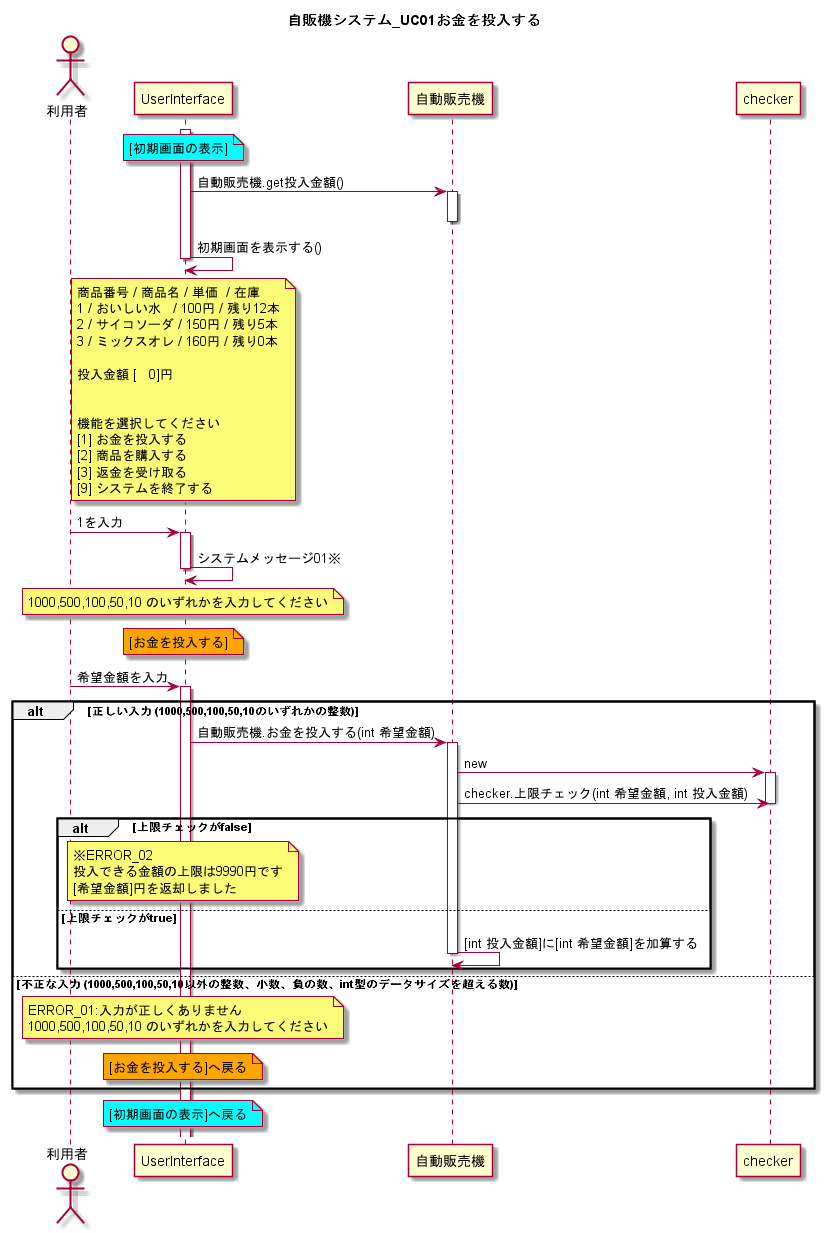
Before: UML_class_sequence/自販機システム_UC01お金を投入する.png, a diagram exported from PlantUML (W-Nakayama-24/VendingMachine_CUI).
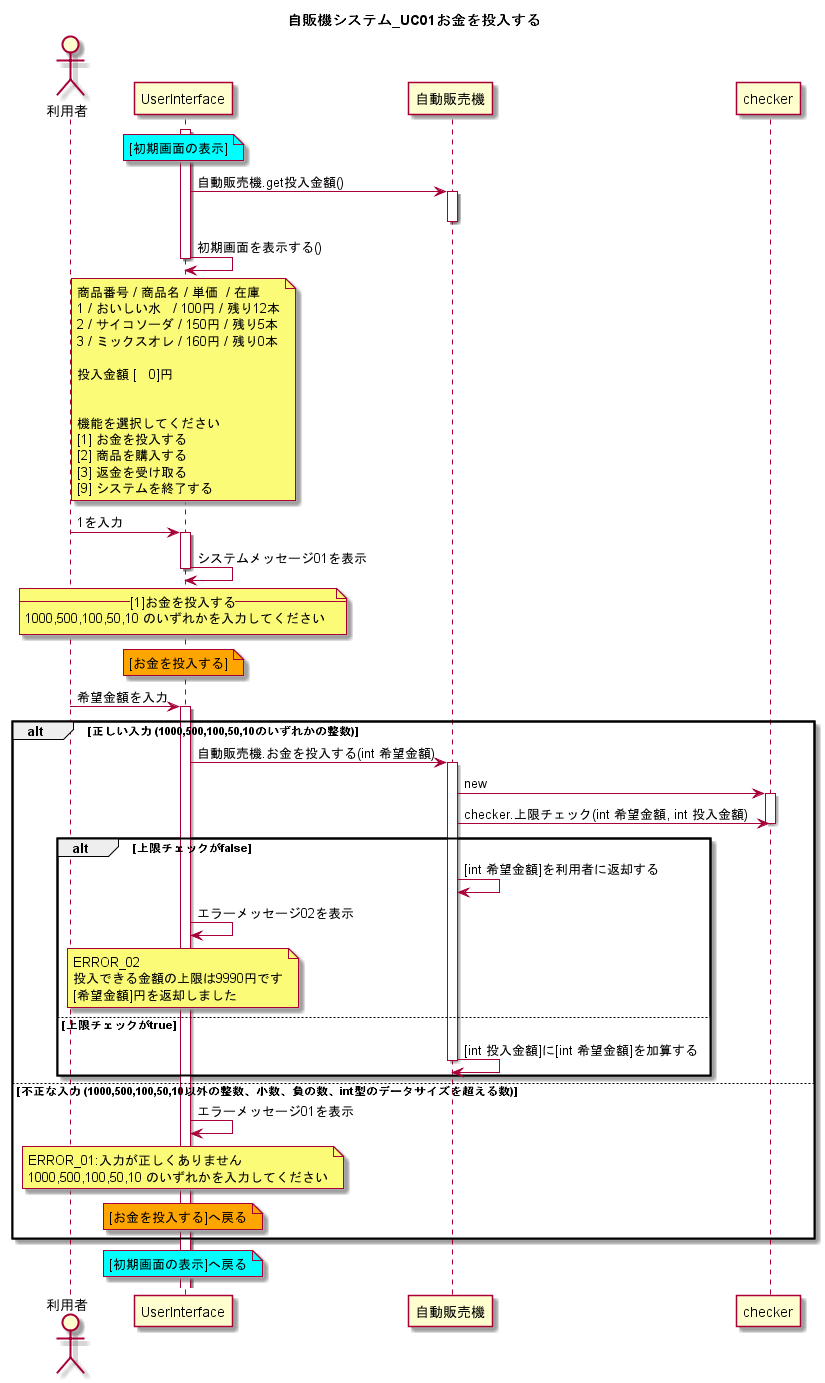
After the commit.

Commit message:
ADD Description when inputCheck is false

上限チェックがfalseの時におこなわれる処理の説明を追加

Change to the diagram source:
```diff
@@ -34,8 +34,9 @@
 activate UserInterface
 
 
-UserInterface <- UserInterface : システムメッセージ01※
+UserInterface <- UserInterface : システムメッセージ01を表示
     note over UserInterface
+    --[1]お金を投入する--
     1000,500,100,50,10 のいずれかを入力してください
     end note
 deactivate UserInterface
@@ -58,9 +59,11 @@
 deactivate checker
 
 alt 上限チェックがfalse
+自動販売機 <- 自動販売機 : [int 希望金額]を利用者に返却する
+UserInterface <- UserInterface : エラーメッセージ02を表示
 
     note over UserInterface
-    ※ERROR_02
+    ERROR_02
     投入できる金額の上限は9990円です
     [希望金額]円を返却しました
     end note
@@ -73,6 +76,7 @@
 
 
 else 不正な入力 (1000,500,100,50,10以外の整数、小数、負の数、int型のデータサイズを超える数)
+UserInterface <- UserInterface : エラーメッセージ01を表示
     note over UserInterface
     ERROR_01:入力が正しくありません
     1000,500,100,50,10 のいずれかを入力してください
```
